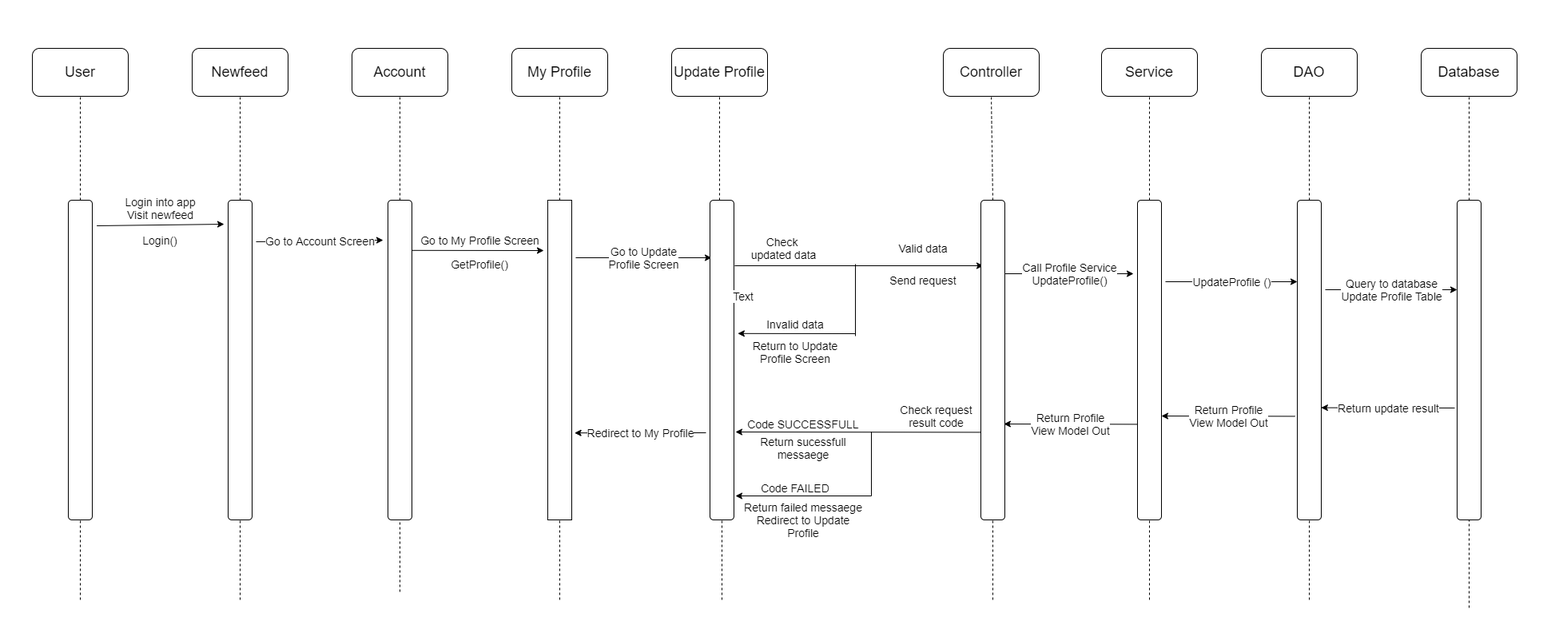
Above: 3. Users/DungHVHE130952/Sequence diagram/UpdateProfile.png in TrellixVulnTeam/Capstone_LMAN (draw.io), before the change. Source tidied: cells renumbered, new cells last; positions are measured from the earlier drawing's top-left corner, leaving out a move shared by most shapes.
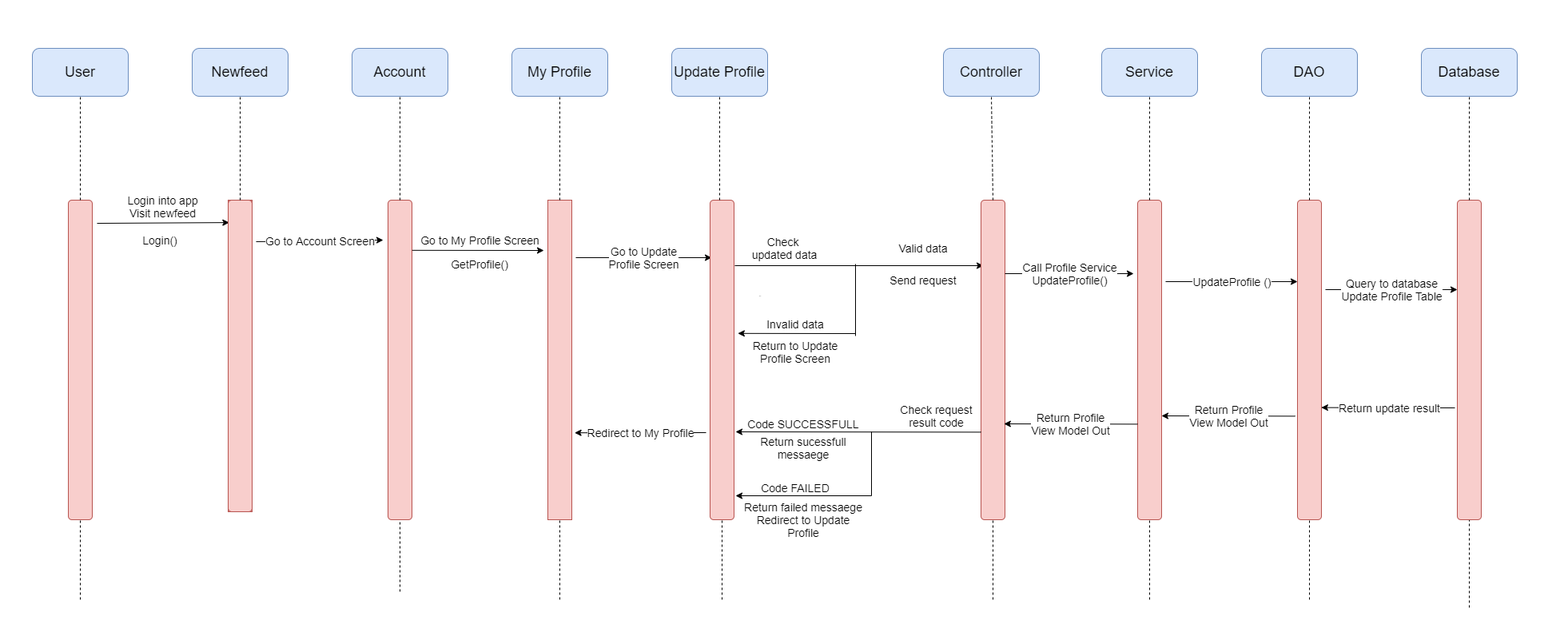
After the commit.

What changed in the source:
```diff
@@ -2,55 +2,15 @@
   <root>
     <mxCell id="0" />
     <mxCell id="1" parent="0" />
-    <mxCell id="2" value="&lt;font style=&quot;font-size: 14px&quot;&gt;Login into app&lt;br&gt;Visit newfeed&lt;br&gt;&lt;/font&gt;" style="endArrow=classic;html=1;exitX=1.187;exitY=0.08;exitDx=0;exitDy=0;exitPerimeter=0;" parent="1" edge="1" source="6">
+    <mxCell id="2" value="&lt;font style=&quot;font-size: 14px&quot;&gt;Login into app&lt;br&gt;Visit newfeed&lt;br&gt;&lt;/font&gt;" style="endArrow=classic;html=1;entryX=0.044;entryY=0.072;entryDx=0;entryDy=0;entryPerimeter=0;" parent="1" edge="1" target="12">
       <mxGeometry y="21" relative="1" as="geometry">
-        <mxPoint x="280" y="280" as="targetPoint" />
+        <mxPoint x="121" y="279" as="sourcePoint" />
       </mxGeometry>
     </mxCell>
-    <mxCell id="3" style="group;" parent="1" vertex="1">
-      <mxGeometry x="40" y="60" width="120" height="690" as="geometry" />
-    </mxCell>
-    <mxCell id="4" value="&lt;span style=&quot;font-size: 18px&quot;&gt;User&lt;/span&gt;" style="rounded=1;whiteSpace=wrap;html=1;" parent="3" vertex="1">
-      <mxGeometry width="120" height="60" as="geometry" />
-    </mxCell>
-    <mxCell id="5" style="group;" parent="3" vertex="1">
-      <mxGeometry x="45" y="190" width="30" height="500" as="geometry" />
-    </mxCell>
-    <mxCell id="6" style="rounded=1;whiteSpace=wrap;html=1;" parent="5" vertex="1">
-      <mxGeometry width="30" height="400" as="geometry" />
-    </mxCell>
-    <mxCell id="7" style="endArrow=none;dashed=1;html=1;entryX=0.5;entryY=1;entryDx=0;entryDy=0;" parent="5" edge="1" target="6">
-      <mxGeometry relative="1" as="geometry">
-        <mxPoint x="15" y="500" as="sourcePoint" />
-      </mxGeometry>
-    </mxCell>
-    <mxCell id="8" style="endArrow=none;dashed=1;html=1;entryX=0.5;entryY=1;entryDx=0;entryDy=0;exitX=0.5;exitY=0;exitDx=0;exitDy=0;" parent="3" edge="1" source="6" target="4">
-      <mxGeometry relative="1" as="geometry" />
-    </mxCell>
-    <mxCell id="9" style="group;" parent="1" vertex="1">
-      <mxGeometry x="240" y="60" width="120" height="690" as="geometry" />
-    </mxCell>
-    <mxCell id="10" value="&lt;span style=&quot;font-size: 18px&quot;&gt;Newfeed&lt;/span&gt;" style="rounded=1;whiteSpace=wrap;html=1;" parent="9" vertex="1">
-      <mxGeometry width="120" height="60" as="geometry" />
-    </mxCell>
-    <mxCell id="11" style="group;" parent="9" vertex="1">
-      <mxGeometry x="45" y="190" width="30" height="500" as="geometry" />
-    </mxCell>
-    <mxCell id="12" style="rounded=1;whiteSpace=wrap;html=1;" parent="11" vertex="1">
-      <mxGeometry width="30" height="400" as="geometry" />
-    </mxCell>
-    <mxCell id="13" style="endArrow=none;dashed=1;html=1;entryX=0.5;entryY=1;entryDx=0;entryDy=0;" parent="11" edge="1" target="12">
-      <mxGeometry relative="1" as="geometry">
-        <mxPoint x="15" y="500" as="sourcePoint" />
-      </mxGeometry>
-    </mxCell>
-    <mxCell id="14" style="endArrow=none;dashed=1;html=1;entryX=0.5;entryY=1;entryDx=0;entryDy=0;exitX=0.5;exitY=0;exitDx=0;exitDy=0;" parent="9" edge="1" source="12" target="10">
-      <mxGeometry relative="1" as="geometry" />
-    </mxCell>
-    <mxCell id="15" value="&lt;font style=&quot;font-size: 18px&quot;&gt;Account&lt;/font&gt;" style="rounded=1;whiteSpace=wrap;html=1;" parent="1" vertex="1">
+    <mxCell id="15" value="&lt;font style=&quot;font-size: 18px&quot;&gt;Account&lt;/font&gt;" style="rounded=1;whiteSpace=wrap;html=1;fillColor=#dae8fc;strokeColor=#6c8ebf;" parent="1" vertex="1">
       <mxGeometry x="440" y="60" width="120" height="60" as="geometry" />
     </mxCell>
-    <mxCell id="16" style="rounded=1;whiteSpace=wrap;html=1;" parent="1" vertex="1">
+    <mxCell id="16" style="rounded=1;whiteSpace=wrap;html=1;fillColor=#f8cecc;strokeColor=#b85450;" parent="1" vertex="1">
       <mxGeometry x="485" y="250" width="30" height="400" as="geometry" />
     </mxCell>
     <mxCell id="17" style="endArrow=none;dashed=1;html=1;entryX=0.5;entryY=1;entryDx=0;entryDy=0;exitX=0.5;exitY=0;exitDx=0;exitDy=0;" parent="1" edge="1" source="16" target="15">
@@ -79,27 +39,10 @@
         <mxPoint x="479" y="300" as="targetPoint" />
       </mxGeometry>
     </mxCell>
-    <mxCell id="22" style="group;" parent="1" vertex="1">
-      <mxGeometry x="640" y="60" width="120" height="690" as="geometry" />
-    </mxCell>
-    <mxCell id="23" value="&lt;span style=&quot;font-size: 18px&quot;&gt;My Profile&lt;/span&gt;" style="rounded=1;whiteSpace=wrap;html=1;" parent="22" vertex="1">
-      <mxGeometry width="120" height="60" as="geometry" />
-    </mxCell>
-    <mxCell id="24" style="rounded=1;whiteSpace=wrap;html=1;arcSize=0;" parent="22" vertex="1">
-      <mxGeometry x="45" y="190" width="30" height="400" as="geometry" />
-    </mxCell>
-    <mxCell id="25" style="endArrow=none;dashed=1;html=1;entryX=0.5;entryY=1;entryDx=0;entryDy=0;exitX=0.5;exitY=0;exitDx=0;exitDy=0;" parent="22" edge="1" source="24" target="23">
-      <mxGeometry x="-195" as="geometry" />
-    </mxCell>
-    <mxCell id="26" style="endArrow=none;dashed=1;html=1;entryX=0.5;entryY=1;entryDx=0;entryDy=0;" parent="22" edge="1" target="24">
-      <mxGeometry x="-195" as="geometry">
-        <mxPoint x="60" y="690" as="sourcePoint" />
-      </mxGeometry>
-    </mxCell>
-    <mxCell id="27" value="&lt;font style=&quot;font-size: 18px&quot;&gt;Update Profile&lt;/font&gt;" style="rounded=1;whiteSpace=wrap;html=1;" parent="1" vertex="1">
+    <mxCell id="27" value="&lt;font style=&quot;font-size: 18px&quot;&gt;Update Profile&lt;/font&gt;" style="rounded=1;whiteSpace=wrap;html=1;fillColor=#dae8fc;strokeColor=#6c8ebf;" parent="1" vertex="1">
       <mxGeometry x="840" y="60" width="120" height="60" as="geometry" />
     </mxCell>
-    <mxCell id="28" style="rounded=1;whiteSpace=wrap;html=1;" parent="1" vertex="1">
+    <mxCell id="28" style="rounded=1;whiteSpace=wrap;html=1;fillColor=#f8cecc;strokeColor=#b85450;" parent="1" vertex="1">
       <mxGeometry x="888" y="250" width="30" height="400" as="geometry" />
     </mxCell>
     <mxCell id="29" style="endArrow=none;dashed=1;html=1;entryX=0.5;entryY=1;entryDx=0;entryDy=0;" parent="1" edge="1" target="27">
@@ -153,10 +96,10 @@
         <mxPoint x="1652.8" y="509.6" as="targetPoint" />
       </mxGeometry>
     </mxCell>
-    <mxCell id="41" value="&lt;font style=&quot;font-size: 18px&quot;&gt;Controller&lt;/font&gt;" style="rounded=1;whiteSpace=wrap;html=1;" parent="1" vertex="1">
+    <mxCell id="41" value="&lt;font style=&quot;font-size: 18px&quot;&gt;Controller&lt;/font&gt;" style="rounded=1;whiteSpace=wrap;html=1;fillColor=#dae8fc;strokeColor=#6c8ebf;" parent="1" vertex="1">
       <mxGeometry x="1180" y="60" width="120" height="60" as="geometry" />
     </mxCell>
-    <mxCell id="42" style="rounded=1;whiteSpace=wrap;html=1;" parent="1" vertex="1">
+    <mxCell id="42" style="rounded=1;whiteSpace=wrap;html=1;fillColor=#f8cecc;strokeColor=#b85450;" parent="1" vertex="1">
       <mxGeometry x="1227" y="250" width="30" height="400" as="geometry" />
     </mxCell>
     <mxCell id="43" style="endArrow=none;dashed=1;html=1;entryX=0.5;entryY=1;entryDx=0;entryDy=0;exitX=0.5;exitY=0;exitDx=0;exitDy=0;" parent="1" edge="1" source="42" target="41">
@@ -167,10 +110,10 @@
         <mxPoint x="1242" y="750" as="sourcePoint" />
       </mxGeometry>
     </mxCell>
-    <mxCell id="45" value="&lt;font style=&quot;font-size: 18px&quot;&gt;Service&lt;/font&gt;" style="rounded=1;whiteSpace=wrap;html=1;" parent="1" vertex="1">
+    <mxCell id="45" value="&lt;font style=&quot;font-size: 18px&quot;&gt;Service&lt;/font&gt;" style="rounded=1;whiteSpace=wrap;html=1;fillColor=#dae8fc;strokeColor=#6c8ebf;" parent="1" vertex="1">
       <mxGeometry x="1378" y="60" width="120" height="60" as="geometry" />
     </mxCell>
-    <mxCell id="46" style="rounded=1;whiteSpace=wrap;html=1;" parent="1" vertex="1">
+    <mxCell id="46" style="rounded=1;whiteSpace=wrap;html=1;fillColor=#f8cecc;strokeColor=#b85450;" parent="1" vertex="1">
       <mxGeometry x="1423" y="250" width="30" height="400" as="geometry" />
     </mxCell>
     <mxCell id="47" style="endArrow=none;dashed=1;html=1;entryX=0.5;entryY=1;entryDx=0;entryDy=0;exitX=0.5;exitY=0;exitDx=0;exitDy=0;" parent="1" edge="1" source="46" target="45">
@@ -181,10 +124,10 @@
         <mxPoint x="1438" y="750" as="sourcePoint" />
       </mxGeometry>
     </mxCell>
-    <mxCell id="49" value="&lt;font style=&quot;font-size: 18px&quot;&gt;DAO&lt;/font&gt;" style="rounded=1;whiteSpace=wrap;html=1;" parent="1" vertex="1">
+    <mxCell id="49" value="&lt;font style=&quot;font-size: 18px&quot;&gt;DAO&lt;/font&gt;" style="rounded=1;whiteSpace=wrap;html=1;fillColor=#dae8fc;strokeColor=#6c8ebf;" parent="1" vertex="1">
       <mxGeometry x="1578" y="60" width="120" height="60" as="geometry" />
     </mxCell>
-    <mxCell id="50" style="rounded=1;whiteSpace=wrap;html=1;" parent="1" vertex="1">
+    <mxCell id="50" style="rounded=1;whiteSpace=wrap;html=1;fillColor=#f8cecc;strokeColor=#b85450;" parent="1" vertex="1">
       <mxGeometry x="1623" y="250" width="30" height="400" as="geometry" />
     </mxCell>
     <mxCell id="51" style="endArrow=none;dashed=1;html=1;entryX=0.5;entryY=1;entryDx=0;entryDy=0;exitX=0.5;exitY=0;exitDx=0;exitDy=0;" parent="1" edge="1" source="50" target="49">
@@ -212,10 +155,10 @@
         <mxPoint x="1623" y="352" as="targetPoint" />
       </mxGeometry>
     </mxCell>
-    <mxCell id="56" value="&lt;font style=&quot;font-size: 18px&quot;&gt;Database&lt;/font&gt;" style="rounded=1;whiteSpace=wrap;html=1;" parent="1" vertex="1">
+    <mxCell id="56" value="&lt;font style=&quot;font-size: 18px&quot;&gt;Database&lt;/font&gt;" style="rounded=1;whiteSpace=wrap;html=1;fillColor=#dae8fc;strokeColor=#6c8ebf;" parent="1" vertex="1">
       <mxGeometry x="1778" y="60" width="120" height="60" as="geometry" />
     </mxCell>
-    <mxCell id="57" style="rounded=1;whiteSpace=wrap;html=1;" parent="1" vertex="1">
+    <mxCell id="57" style="rounded=1;whiteSpace=wrap;html=1;fillColor=#f8cecc;strokeColor=#b85450;" parent="1" vertex="1">
       <mxGeometry x="1823" y="250" width="30" height="400" as="geometry" />
     </mxCell>
     <mxCell id="58" style="endArrow=none;dashed=1;html=1;entryX=0.5;entryY=1;entryDx=0;entryDy=0;exitX=0.5;exitY=0;exitDx=0;exitDy=0;" parent="1" edge="1" source="57" target="56">
@@ -279,39 +222,9 @@
         <mxPoint x="883" y="541" as="sourcePoint" />
       </mxGeometry>
     </mxCell>
-    <mxCell id="71" value="Text" style="text;html=1;strokeColor=none;fillColor=none;align=center;verticalAlign=middle;whiteSpace=wrap;rounded=0;labelBackgroundColor=#ffffff;fontSize=14;" parent="1" vertex="1">
-      <mxGeometry x="910" y="360" width="40" height="20" as="geometry" />
+    <mxCell id="71" value="Text" style="text;html=1;strokeColor=none;fillColor=none;align=center;verticalAlign=middle;whiteSpace=wrap;rounded=0;labelBackgroundColor=#FFFFFF;fontSize=1;" parent="1" vertex="1">
+      <mxGeometry x="950" y="360" height="20" as="geometry" />
     </mxCell>
-    <mxCell id="72" value="Text" style="text;html=1;strokeColor=none;fillColor=none;align=center;verticalAlign=middle;whiteSpace=wrap;rounded=0;labelBackgroundColor=#ffffff;fontSize=14;" parent="1" vertex="1">
-      <mxGeometry x="910" y="360" width="40" height="20" as="geometry" />
-    </mxCell>
-    <mxCell id="73" value="Text" style="text;html=1;strokeColor=none;fillColor=none;align=center;verticalAlign=middle;whiteSpace=wrap;rounded=0;labelBackgroundColor=#ffffff;fontSize=14;" parent="1" vertex="1">
-      <mxGeometry x="910" y="360" width="40" height="20" as="geometry" />
-    </mxCell>
-    <mxCell id="74" value="Text" style="text;html=1;strokeColor=none;fillColor=none;align=center;verticalAlign=middle;whiteSpace=wrap;rounded=0;labelBackgroundColor=#ffffff;fontSize=14;" parent="1" vertex="1">
-      <mxGeometry x="910" y="360" width="40" height="20" as="geometry" />
-    </mxCell>
-    <mxCell id="75" value="Text" style="text;html=1;strokeColor=none;fillColor=none;align=center;verticalAlign=middle;whiteSpace=wrap;rounded=0;labelBackgroundColor=#ffffff;fontSize=14;" parent="1" vertex="1">
-      <mxGeometry x="910" y="360" width="40" height="20" as="geometry" />
-    </mxCell>
-    <mxCell id="76" value="Text" style="text;html=1;strokeColor=none;fillColor=none;align=center;verticalAlign=middle;whiteSpace=wrap;rounded=0;labelBackgroundColor=#ffffff;fontSize=14;" parent="1" vertex="1">
-      <mxGeometry x="910" y="360" width="40" height="20" as="geometry" />
-    </mxCell>
-    <mxCell id="77" value="Text" style="text;html=1;strokeColor=none;fillColor=none;align=center;verticalAlign=middle;whiteSpace=wrap;rounded=0;labelBackgroundColor=#ffffff;fontSize=14;" parent="1" vertex="1">
-      <mxGeometry x="910" y="360" width="40" height="20" as="geometry" />
-    </mxCell>
-    <mxCell id="78" value="Text" style="text;html=1;strokeColor=none;fillColor=none;align=center;verticalAlign=middle;whiteSpace=wrap;rounded=0;labelBackgroundColor=#ffffff;fontSize=14;" parent="1" vertex="1">
-      <mxGeometry x="910" y="360" width="40" height="20" as="geometry" />
-    </mxCell>
-    <mxCell id="79" value="Text" style="text;html=1;strokeColor=none;fillColor=none;align=center;verticalAlign=middle;whiteSpace=wrap;rounded=0;labelBackgroundColor=#ffffff;fontSize=14;" parent="1" vertex="1">
-      <mxGeometry x="910" y="360" width="40" height="20" as="geometry" />
-    </mxCell>
-    <mxCell id="80" value="Text" style="text;html=1;strokeColor=none;fillColor=none;align=center;verticalAlign=middle;whiteSpace=wrap;rounded=0;labelBackgroundColor=#ffffff;fontSize=14;" parent="1" vertex="1">
-      <mxGeometry x="910" y="360" width="40" height="20" as="geometry" />
-    </mxCell>
-    <mxCell id="81" value="Text" style="text;html=1;strokeColor=none;fillColor=none;align=center;verticalAlign=middle;whiteSpace=wrap;rounded=0;labelBackgroundColor=#ffffff;fontSize=14;" parent="1" vertex="1">
-      <mxGeometry x="910" y="360" width="40" height="20" as="geometry" />
-    </mxCell>
     <mxCell id="82" value="." style="text;html=1;align=center;verticalAlign=middle;strokeColor=none;fontSize=1;" parent="1" vertex="1">
       <mxGeometry y="5" width="20" height="10" as="geometry" />
     </mxCell>
@@ -324,5 +237,53 @@
     <mxCell id="85" value="." style="text;html=1;align=center;verticalAlign=middle;strokeColor=none;fontSize=1;" parent="1" vertex="1">
       <mxGeometry x="1940" width="20" height="10" as="geometry" />
     </mxCell>
+    <mxCell id="4" value="&lt;span style=&quot;font-size: 18px&quot;&gt;User&lt;/span&gt;" style="rounded=1;whiteSpace=wrap;html=1;fillColor=#dae8fc;strokeColor=#6c8ebf;" parent="1" vertex="1">
+      <mxGeometry x="40" y="60" width="120" height="60" as="geometry" />
+    </mxCell>
+    <mxCell id="5" style="group;" parent="1" vertex="1">
+      <mxGeometry x="85" y="250" width="30" height="500" as="geometry" />
+    </mxCell>
+    <mxCell id="6" style="rounded=1;whiteSpace=wrap;html=1;fillColor=#f8cecc;strokeColor=#b85450;" parent="5" vertex="1">
+      <mxGeometry width="30" height="400" as="geometry" />
+    </mxCell>
+    <mxCell id="7" style="endArrow=none;dashed=1;html=1;entryX=0.5;entryY=1;entryDx=0;entryDy=0;" parent="5" edge="1" target="6">
+      <mxGeometry relative="1" as="geometry">
+        <mxPoint x="15" y="500" as="sourcePoint" />
+      </mxGeometry>
+    </mxCell>
+    <mxCell id="8" style="endArrow=none;dashed=1;html=1;entryX=0.5;entryY=1;entryDx=0;entryDy=0;exitX=0.5;exitY=0;exitDx=0;exitDy=0;" parent="1" edge="1" source="6" target="4">
+      <mxGeometry x="80" y="90" as="geometry" />
+    </mxCell>
+    <mxCell id="10" value="&lt;span style=&quot;font-size: 18px&quot;&gt;Newfeed&lt;/span&gt;" style="rounded=1;whiteSpace=wrap;html=1;fillColor=#dae8fc;strokeColor=#6c8ebf;" parent="1" vertex="1">
+      <mxGeometry x="240" y="60" width="120" height="60" as="geometry" />
+    </mxCell>
+    <mxCell id="11" style="group;fillColor=#f8cecc;strokeColor=#b85450;" parent="1" vertex="1">
+      <mxGeometry x="285" y="250" width="30" height="390" as="geometry" />
+    </mxCell>
+    <mxCell id="12" style="rounded=1;whiteSpace=wrap;html=1;fillColor=#f8cecc;strokeColor=#b85450;" parent="11" vertex="1">
+      <mxGeometry width="30" height="390" as="geometry" />
+    </mxCell>
+    <mxCell id="13" style="endArrow=none;dashed=1;html=1;entryX=0.5;entryY=1;entryDx=0;entryDy=0;" parent="11" edge="1" target="12">
+      <mxGeometry relative="1" as="geometry">
+        <mxPoint x="15" y="390" as="sourcePoint" />
+      </mxGeometry>
+    </mxCell>
+    <mxCell id="14" style="endArrow=none;dashed=1;html=1;entryX=0.5;entryY=1;entryDx=0;entryDy=0;exitX=0.5;exitY=0;exitDx=0;exitDy=0;" parent="1" edge="1" source="12" target="10">
+      <mxGeometry x="280" y="90" as="geometry" />
+    </mxCell>
+    <mxCell id="23" value="&lt;span style=&quot;font-size: 18px&quot;&gt;My Profile&lt;/span&gt;" style="rounded=1;whiteSpace=wrap;html=1;fillColor=#dae8fc;strokeColor=#6c8ebf;" parent="1" vertex="1">
+      <mxGeometry x="640" y="60" width="120" height="60" as="geometry" />
+    </mxCell>
+    <mxCell id="24" style="rounded=1;whiteSpace=wrap;html=1;arcSize=0;fillColor=#f8cecc;strokeColor=#b85450;" parent="1" vertex="1">
+      <mxGeometry x="685" y="250" width="30" height="400" as="geometry" />
+    </mxCell>
+    <mxCell id="25" style="endArrow=none;dashed=1;html=1;entryX=0.5;entryY=1;entryDx=0;entryDy=0;exitX=0.5;exitY=0;exitDx=0;exitDy=0;" parent="1" edge="1" source="24" target="23">
+      <mxGeometry x="485" y="90" as="geometry" />
+    </mxCell>
+    <mxCell id="26" style="endArrow=none;dashed=1;html=1;entryX=0.5;entryY=1;entryDx=0;entryDy=0;" parent="1" edge="1" target="24">
+      <mxGeometry x="485" y="90" as="geometry">
+        <mxPoint x="700" y="750" as="sourcePoint" />
+      </mxGeometry>
+    </mxCell>
   </root>
 </mxGraphModel>
```
